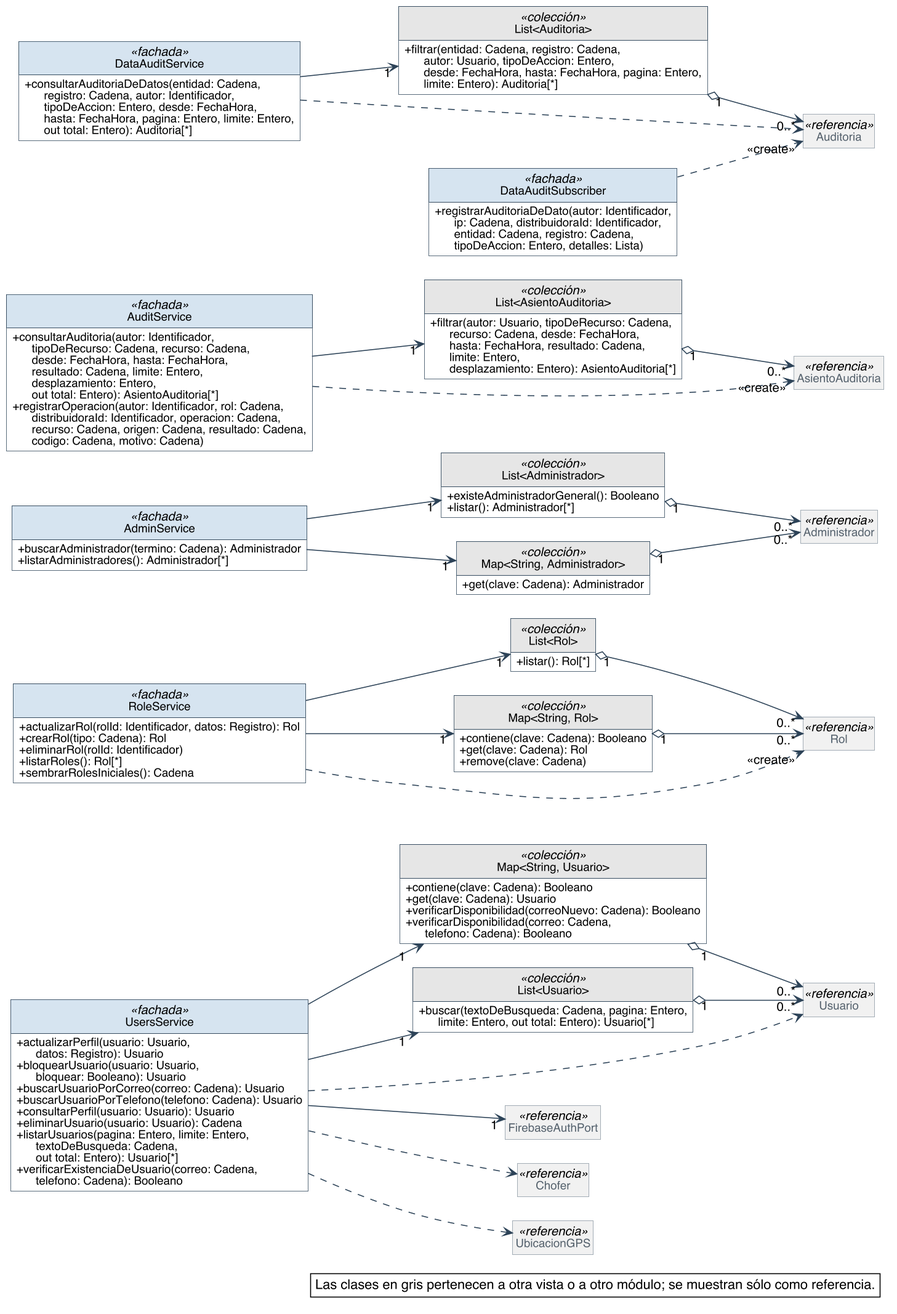
The PlantUML diagram diagramas/clases-diseno/DC_Mod_Usuarios.png in Nahuelito-Dev/splg-docs, before a commit.
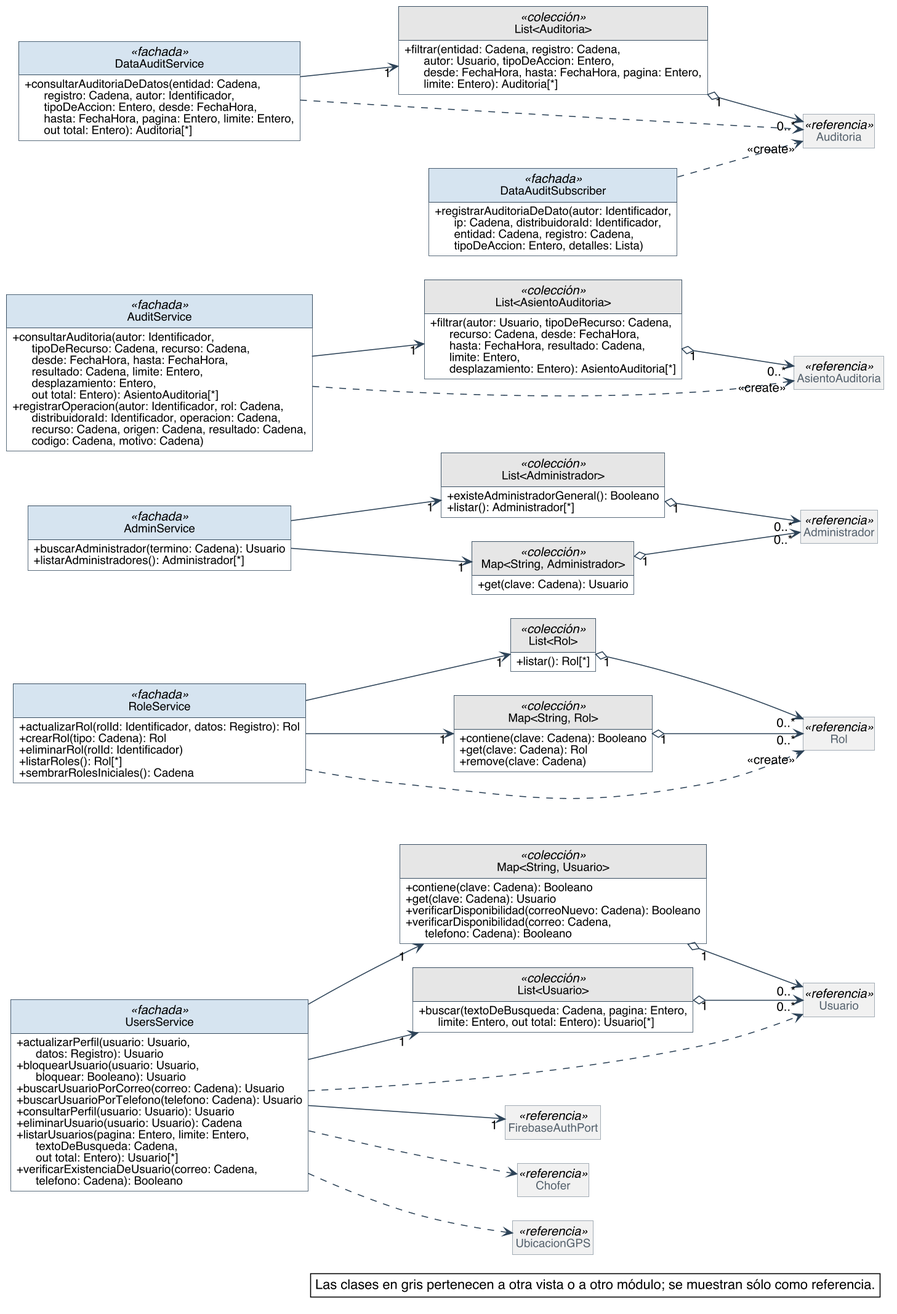
Above is the later version.

What changed in the source:
```diff
@@ -99,11 +99,11 @@
   + listar(): Administrador[*]
 }
 class AdminService <<fachada>> {
-  + buscarAdministrador(termino: Cadena): Administrador
+  + buscarAdministrador(termino: Cadena): Usuario
   + listarAdministradores(): Administrador[*]
 }
 class "Map<String, Administrador>" as Map_String_Administrador <<colección>> {
-  + get(clave: Cadena): Administrador
+  + get(clave: Cadena): Usuario
 }
 class AuditService <<fachada>> {
   + consultarAuditoria(autor: Identificador,\n      tipoDeRecurso: Cadena, recurso: Cadena,\n      desde: FechaHora, hasta: FechaHora,\n      resultado: Cadena, limite: Entero,\n      desplazamiento: Entero,\n      out total: Entero): AsientoAuditoria[*]
```
